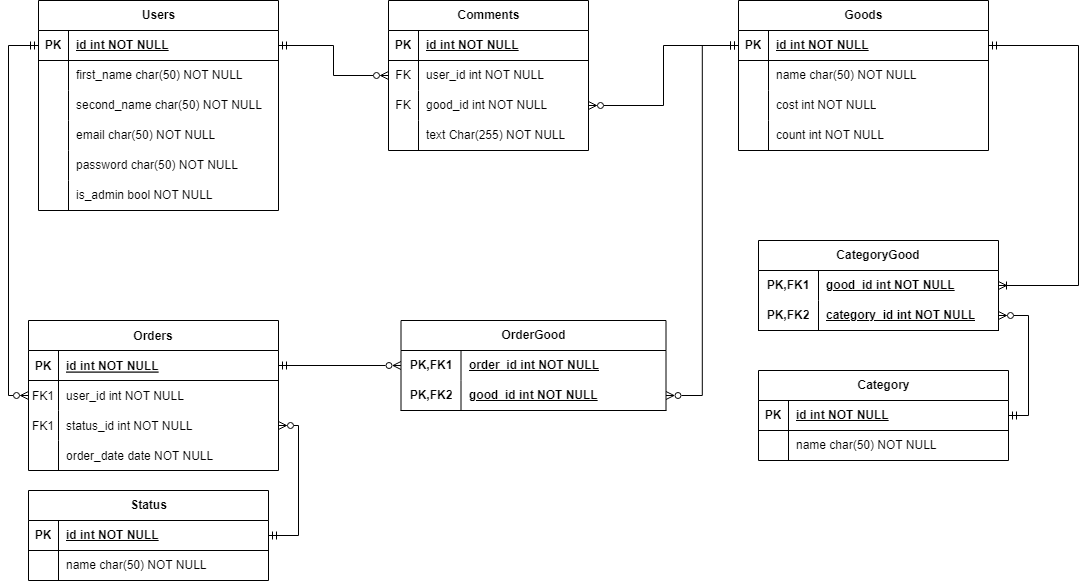
The draw.io diagram data_model/Data Model.png in PtichkinSergey/web-store-java-vue, before a commit. Source tidied: cells renumbered, new cells last; positions are measured from the earlier drawing's top-left corner, leaving out a move shared by most shapes.
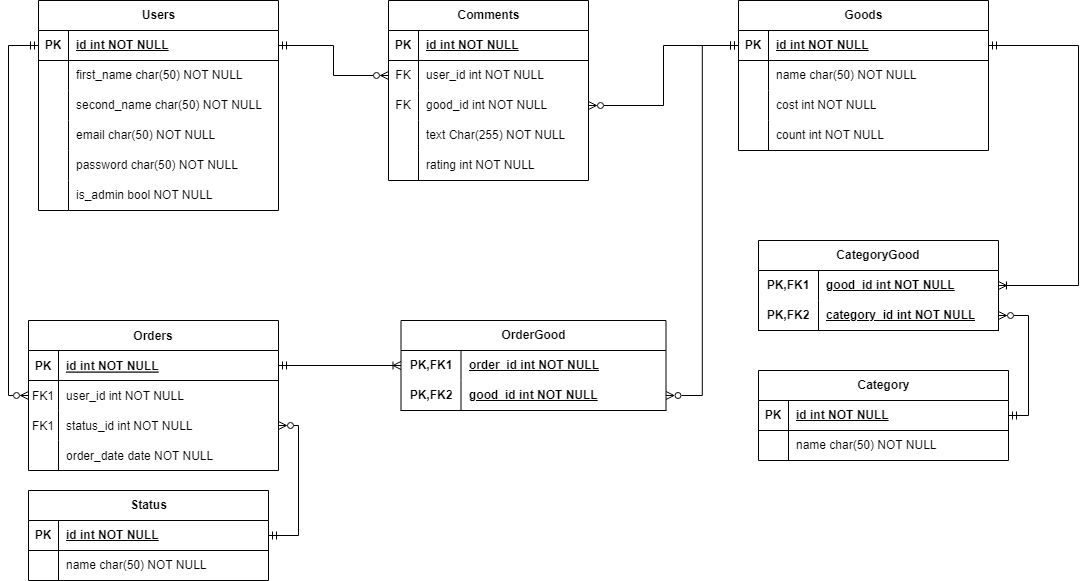
After the commit.

Diff of the diagram source:
```diff
@@ -224,7 +224,7 @@
     <mxCell id="70" value="good_id int NOT NULL" style="shape=partialRectangle;fillColor=none;top=0;left=0;bottom=0;right=0;align=left;spacingLeft=6;fontStyle=5;overflow=hidden;html=1;whiteSpace=wrap;" parent="68" vertex="1">
       <mxGeometry x="60" width="205" height="30" as="geometry" />
     </mxCell>
-    <mxCell id="71" style="edgeStyle=orthogonalEdgeStyle;rounded=0;jettySize=auto;html=1;exitX=0;exitY=0.5;exitDx=0;exitDy=0;entryX=1;entryY=0.5;entryDx=0;entryDy=0;startArrow=ERzeroToMany;startFill=0;endArrow=ERmandOne;endFill=0;" parent="1" edge="1" source="65" target="3">
+    <mxCell id="71" style="edgeStyle=orthogonalEdgeStyle;rounded=0;jettySize=auto;html=1;exitX=0;exitY=0.5;exitDx=0;exitDy=0;entryX=1;entryY=0.5;entryDx=0;entryDy=0;startArrow=ERoneToMany;startFill=0;endArrow=ERmandOne;endFill=0;" parent="1" edge="1" source="65" target="3">
       <mxGeometry relative="1" as="geometry" />
     </mxCell>
     <mxCell id="72" value="Status" style="shape=table;startSize=30;rowLines=0;fontStyle=1;align=center;html=1;" parent="1" vertex="1">
@@ -249,7 +249,7 @@
       <mxGeometry x="30" width="210" height="30" as="geometry" />
     </mxCell>
     <mxCell id="79" value="Comments" style="shape=table;startSize=30;rowLines=0;fontStyle=1;align=center;html=1;" parent="1" vertex="1">
-      <mxGeometry x="380" width="200" height="150" as="geometry" />
+      <mxGeometry x="380" width="200" height="180" as="geometry" />
     </mxCell>
     <mxCell id="80" style="shape=tableRow;horizontal=0;startSize=0;swimlaneHead=0;swimlaneBody=0;fillColor=none;top=0;left=0;right=0;bottom=1;" parent="79" vertex="1">
       <mxGeometry y="30" width="200" height="30" as="geometry" />
@@ -287,6 +287,15 @@
     <mxCell id="91" value="text Char(255) NOT NULL" style="shape=partialRectangle;fillColor=none;top=0;left=0;bottom=0;right=0;align=left;spacingLeft=6;overflow=hidden;whiteSpace=wrap;html=1;" parent="89" vertex="1">
       <mxGeometry x="30" width="170" height="30" as="geometry" />
     </mxCell>
+    <mxCell id="96" style="shape=tableRow;horizontal=0;startSize=0;swimlaneHead=0;swimlaneBody=0;fillColor=none;top=0;left=0;right=0;bottom=0;" parent="79" vertex="1">
+      <mxGeometry y="150" width="200" height="30" as="geometry" />
+    </mxCell>
+    <mxCell id="97" style="shape=partialRectangle;fillColor=none;top=0;left=0;bottom=0;right=0;overflow=hidden;whiteSpace=wrap;html=1;" parent="96" vertex="1">
+      <mxGeometry width="30" height="30" as="geometry" />
+    </mxCell>
+    <mxCell id="98" value="rating int NOT NULL" style="shape=partialRectangle;fillColor=none;top=0;left=0;bottom=0;right=0;align=left;spacingLeft=6;overflow=hidden;whiteSpace=wrap;html=1;" parent="96" vertex="1">
+      <mxGeometry x="30" width="170" height="30" as="geometry" />
+    </mxCell>
     <mxCell id="92" style="edgeStyle=orthogonalEdgeStyle;rounded=0;jettySize=auto;html=1;exitX=1;exitY=0.5;exitDx=0;exitDy=0;entryX=1;entryY=0.5;entryDx=0;entryDy=0;endArrow=ERmandOne;endFill=0;startArrow=ERzeroToMany;startFill=0;" parent="1" edge="1" source="9" target="73">
       <mxGeometry relative="1" as="geometry" />
     </mxCell>
```
